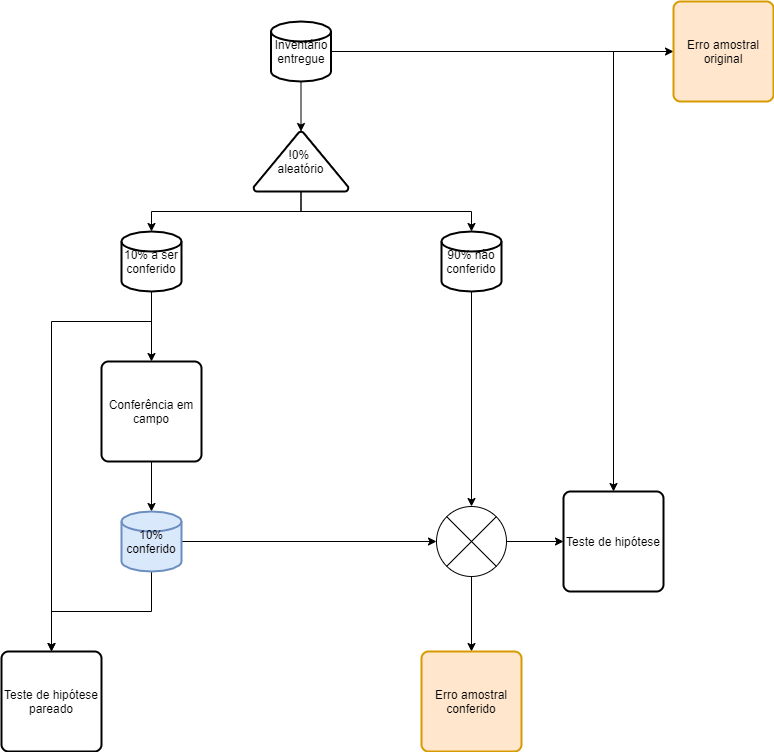
This is conferenciaInventario/img/fluxograma.png from Gorgens/optimFor, a draw.io export, as it was before one commit. Source tidied: cells renumbered, new cells last; positions are measured from the earlier drawing's top-left corner, leaving out a move shared by most shapes. Its diagram source:
```xml
<mxGraphModel>
  <root>
    <mxCell id="0" />
    <mxCell id="1" parent="0" />
    <mxCell id="2" style="edgeStyle=orthogonalEdgeStyle;rounded=0;jettySize=auto;html=1;exitX=0.5;exitY=1;exitDx=0;exitDy=0;exitPerimeter=0;entryX=0.5;entryY=0;entryDx=0;entryDy=0;entryPerimeter=0;" parent="1" edge="1" source="4" target="16">
      <mxGeometry relative="1" as="geometry" />
    </mxCell>
    <mxCell id="3" style="edgeStyle=orthogonalEdgeStyle;rounded=0;jettySize=auto;html=1;exitX=0.5;exitY=1;exitDx=0;exitDy=0;exitPerimeter=0;entryX=0.5;entryY=0;entryDx=0;entryDy=0;entryPerimeter=0;" parent="1" edge="1" source="4" target="18">
      <mxGeometry relative="1" as="geometry">
        <Array as="points">
          <mxPoint x="300" y="210" />
          <mxPoint x="470" y="210" />
        </Array>
      </mxGeometry>
    </mxCell>
    <mxCell id="4" value="!0% &lt;br&gt;aleatório" style="strokeWidth=2;html=1;shape=mxgraph.flowchart.extract_or_measurement;whiteSpace=wrap;" parent="1" vertex="1">
      <mxGeometry x="252" y="130" width="95" height="60" as="geometry" />
    </mxCell>
    <mxCell id="5" style="edgeStyle=orthogonalEdgeStyle;rounded=0;jettySize=auto;html=1;exitX=0.5;exitY=1;exitDx=0;exitDy=0;entryX=0.5;entryY=0;entryDx=0;entryDy=0;entryPerimeter=0;" parent="1" edge="1" source="6" target="9">
      <mxGeometry relative="1" as="geometry" />
    </mxCell>
    <mxCell id="6" value="Conferência em campo" style="rounded=1;whiteSpace=wrap;html=1;absoluteArcSize=1;arcSize=14;strokeWidth=2;" parent="1" vertex="1">
      <mxGeometry x="100" y="360" width="100" height="100" as="geometry" />
    </mxCell>
    <mxCell id="7" style="edgeStyle=orthogonalEdgeStyle;rounded=0;jettySize=auto;html=1;exitX=0.5;exitY=1;exitDx=0;exitDy=0;exitPerimeter=0;entryX=0.5;entryY=0;entryDx=0;entryDy=0;" parent="1" edge="1" source="9" target="19">
      <mxGeometry relative="1" as="geometry" />
    </mxCell>
    <mxCell id="8" style="edgeStyle=orthogonalEdgeStyle;rounded=0;jettySize=auto;html=1;exitX=1;exitY=0.5;exitDx=0;exitDy=0;exitPerimeter=0;entryX=0;entryY=0.5;entryDx=0;entryDy=0;entryPerimeter=0;" parent="1" edge="1" source="9" target="23">
      <mxGeometry relative="1" as="geometry" />
    </mxCell>
    <mxCell id="9" value="10% conferido" style="strokeWidth=2;html=1;shape=mxgraph.flowchart.database;whiteSpace=wrap;fillColor=#dae8fc;strokeColor=#6c8ebf;" parent="1" vertex="1">
      <mxGeometry x="120" y="510" width="60" height="60" as="geometry" />
    </mxCell>
    <mxCell id="10" style="edgeStyle=orthogonalEdgeStyle;rounded=0;jettySize=auto;html=1;exitX=0.5;exitY=1;exitDx=0;exitDy=0;exitPerimeter=0;entryX=0.5;entryY=0;entryDx=0;entryDy=0;entryPerimeter=0;" parent="1" edge="1" source="13" target="4">
      <mxGeometry relative="1" as="geometry" />
    </mxCell>
    <mxCell id="11" style="edgeStyle=orthogonalEdgeStyle;rounded=0;jettySize=auto;html=1;exitX=1;exitY=0.5;exitDx=0;exitDy=0;exitPerimeter=0;entryX=0;entryY=0.5;entryDx=0;entryDy=0;" parent="1" edge="1" source="13" target="20">
      <mxGeometry relative="1" as="geometry" />
    </mxCell>
    <mxCell id="12" style="edgeStyle=orthogonalEdgeStyle;rounded=0;jettySize=auto;html=1;exitX=1;exitY=0.5;exitDx=0;exitDy=0;exitPerimeter=0;entryX=0.5;entryY=0;entryDx=0;entryDy=0;" parent="1" edge="1" source="13" target="25">
      <mxGeometry relative="1" as="geometry" />
    </mxCell>
    <mxCell id="13" value="Inventário&lt;br&gt;entregue" style="strokeWidth=2;html=1;shape=mxgraph.flowchart.database;whiteSpace=wrap;" parent="1" vertex="1">
      <mxGeometry x="269.5" y="20" width="60" height="60" as="geometry" />
    </mxCell>
    <mxCell id="14" style="edgeStyle=orthogonalEdgeStyle;rounded=0;jettySize=auto;html=1;exitX=0.5;exitY=1;exitDx=0;exitDy=0;exitPerimeter=0;entryX=0.5;entryY=0;entryDx=0;entryDy=0;" parent="1" edge="1" source="16" target="6">
      <mxGeometry relative="1" as="geometry" />
    </mxCell>
    <mxCell id="15" style="edgeStyle=orthogonalEdgeStyle;rounded=0;jettySize=auto;html=1;exitX=0.5;exitY=1;exitDx=0;exitDy=0;exitPerimeter=0;entryX=0.5;entryY=0;entryDx=0;entryDy=0;" parent="1" edge="1" source="16" target="19">
      <mxGeometry relative="1" as="geometry">
        <Array as="points">
          <mxPoint x="150" y="320" />
          <mxPoint x="50" y="320" />
        </Array>
      </mxGeometry>
    </mxCell>
    <mxCell id="16" value="10% a ser conferido" style="strokeWidth=2;html=1;shape=mxgraph.flowchart.database;whiteSpace=wrap;verticalAlign=middle;" parent="1" vertex="1">
      <mxGeometry x="120" y="230" width="60" height="60" as="geometry" />
    </mxCell>
    <mxCell id="17" style="edgeStyle=orthogonalEdgeStyle;rounded=0;jettySize=auto;html=1;exitX=0.5;exitY=1;exitDx=0;exitDy=0;exitPerimeter=0;entryX=0.5;entryY=0;entryDx=0;entryDy=0;entryPerimeter=0;" parent="1" edge="1" source="18" target="23">
      <mxGeometry relative="1" as="geometry" />
    </mxCell>
    <mxCell id="18" value="90% não conferido" style="strokeWidth=2;html=1;shape=mxgraph.flowchart.database;whiteSpace=wrap;" parent="1" vertex="1">
      <mxGeometry x="440" y="230" width="60" height="60" as="geometry" />
    </mxCell>
    <mxCell id="19" value="Teste de hipótese pareado" style="rounded=1;whiteSpace=wrap;html=1;absoluteArcSize=1;arcSize=14;strokeWidth=2;" parent="1" vertex="1">
      <mxGeometry y="650" width="100" height="100" as="geometry" />
    </mxCell>
    <mxCell id="20" value="Erro amostral original" style="rounded=1;whiteSpace=wrap;html=1;absoluteArcSize=1;arcSize=14;strokeWidth=2;fillColor=#ffe6cc;strokeColor=#d79b00;" parent="1" vertex="1">
      <mxGeometry x="672" width="100" height="100" as="geometry" />
    </mxCell>
    <mxCell id="21" style="edgeStyle=orthogonalEdgeStyle;rounded=0;jettySize=auto;html=1;exitX=0.5;exitY=1;exitDx=0;exitDy=0;exitPerimeter=0;entryX=0.5;entryY=0;entryDx=0;entryDy=0;" parent="1" edge="1" source="23" target="24">
      <mxGeometry relative="1" as="geometry" />
    </mxCell>
    <mxCell id="22" style="edgeStyle=orthogonalEdgeStyle;rounded=0;jettySize=auto;html=1;exitX=1;exitY=0.5;exitDx=0;exitDy=0;exitPerimeter=0;entryX=0;entryY=0.5;entryDx=0;entryDy=0;" parent="1" edge="1" source="23" target="25">
      <mxGeometry relative="1" as="geometry" />
    </mxCell>
    <mxCell id="23" style="verticalLabelPosition=bottom;verticalAlign=top;html=1;shape=mxgraph.flowchart.or;" parent="1" vertex="1">
      <mxGeometry x="435" y="505" width="70" height="70" as="geometry" />
    </mxCell>
    <mxCell id="24" value="Erro amostral conferido" style="rounded=1;whiteSpace=wrap;html=1;absoluteArcSize=1;arcSize=14;strokeWidth=2;fillColor=#ffe6cc;strokeColor=#d79b00;" parent="1" vertex="1">
      <mxGeometry x="420" y="650" width="100" height="100" as="geometry" />
    </mxCell>
    <mxCell id="25" value="Teste de hipótese" style="rounded=1;whiteSpace=wrap;html=1;absoluteArcSize=1;arcSize=14;strokeWidth=2;" parent="1" vertex="1">
      <mxGeometry x="562" y="490" width="100" height="100" as="geometry" />
    </mxCell>
  </root>
</mxGraphModel>
```
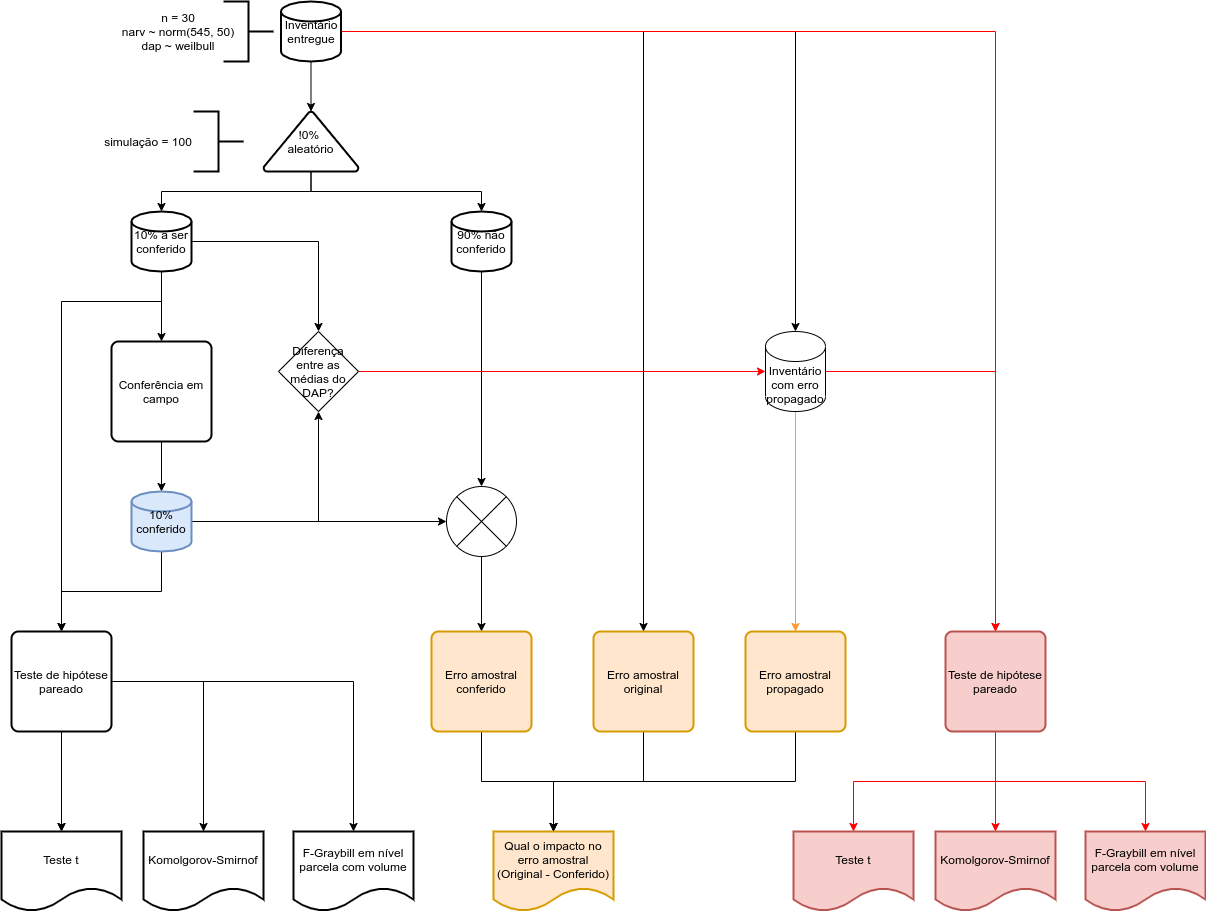
Above is the later version.

Commit message:
update marcio contributions

Diff of the diagram source:
```diff
@@ -28,18 +28,24 @@
     <mxCell id="8" style="edgeStyle=orthogonalEdgeStyle;rounded=0;jettySize=auto;html=1;exitX=1;exitY=0.5;exitDx=0;exitDy=0;exitPerimeter=0;entryX=0;entryY=0.5;entryDx=0;entryDy=0;entryPerimeter=0;" parent="1" edge="1" source="9" target="23">
       <mxGeometry relative="1" as="geometry" />
     </mxCell>
+    <mxCell id="26" style="edgeStyle=orthogonalEdgeStyle;rounded=0;jettySize=auto;html=1;exitX=1;exitY=0.5;exitDx=0;exitDy=0;exitPerimeter=0;entryX=0.5;entryY=1;entryDx=0;entryDy=0;" parent="1" edge="1" source="9" target="41">
+      <mxGeometry relative="1" as="geometry" />
+    </mxCell>
     <mxCell id="9" value="10% conferido" style="strokeWidth=2;html=1;shape=mxgraph.flowchart.database;whiteSpace=wrap;fillColor=#dae8fc;strokeColor=#6c8ebf;" parent="1" vertex="1">
       <mxGeometry x="120" y="510" width="60" height="60" as="geometry" />
     </mxCell>
     <mxCell id="10" style="edgeStyle=orthogonalEdgeStyle;rounded=0;jettySize=auto;html=1;exitX=0.5;exitY=1;exitDx=0;exitDy=0;exitPerimeter=0;entryX=0.5;entryY=0;entryDx=0;entryDy=0;entryPerimeter=0;" parent="1" edge="1" source="13" target="4">
       <mxGeometry relative="1" as="geometry" />
     </mxCell>
-    <mxCell id="11" style="edgeStyle=orthogonalEdgeStyle;rounded=0;jettySize=auto;html=1;exitX=1;exitY=0.5;exitDx=0;exitDy=0;exitPerimeter=0;entryX=0;entryY=0.5;entryDx=0;entryDy=0;" parent="1" edge="1" source="13" target="20">
+    <mxCell id="11" style="edgeStyle=orthogonalEdgeStyle;rounded=0;jettySize=auto;html=1;exitX=1;exitY=0.5;exitDx=0;exitDy=0;exitPerimeter=0;entryX=0.5;entryY=0;entryDx=0;entryDy=0;" parent="1" edge="1" source="13" target="20">
       <mxGeometry relative="1" as="geometry" />
     </mxCell>
-    <mxCell id="12" style="edgeStyle=orthogonalEdgeStyle;rounded=0;jettySize=auto;html=1;exitX=1;exitY=0.5;exitDx=0;exitDy=0;exitPerimeter=0;entryX=0.5;entryY=0;entryDx=0;entryDy=0;" parent="1" edge="1" source="13" target="25">
-      <mxGeometry relative="1" as="geometry" />
-    </mxCell>
+    <mxCell id="27" style="edgeStyle=orthogonalEdgeStyle;rounded=0;jettySize=auto;html=1;exitX=1;exitY=0.5;exitDx=0;exitDy=0;exitPerimeter=0;entryX=0.5;entryY=0;entryDx=0;entryDy=0;entryPerimeter=0;strokeColor=#000000;" parent="1" edge="1" source="13" target="47">
+      <mxGeometry relative="1" as="geometry" />
+    </mxCell>
+    <mxCell id="28" style="edgeStyle=orthogonalEdgeStyle;rounded=0;jettySize=auto;html=1;exitX=1;exitY=0.5;exitDx=0;exitDy=0;exitPerimeter=0;entryX=0.5;entryY=0;entryDx=0;entryDy=0;strokeColor=#FF0000;" parent="1" edge="1" source="13" target="51">
+      <mxGeometry relative="1" as="geometry" />
+    </mxCell>
     <mxCell id="13" value="Inventário&lt;br&gt;entregue" style="strokeWidth=2;html=1;shape=mxgraph.flowchart.database;whiteSpace=wrap;" parent="1" vertex="1">
       <mxGeometry x="269.5" y="20" width="60" height="60" as="geometry" />
     </mxCell>
@@ -54,6 +60,9 @@
         </Array>
       </mxGeometry>
     </mxCell>
+    <mxCell id="29" style="edgeStyle=orthogonalEdgeStyle;rounded=0;jettySize=auto;html=1;exitX=1;exitY=0.5;exitDx=0;exitDy=0;exitPerimeter=0;" parent="1" edge="1" source="16" target="41">
+      <mxGeometry relative="1" as="geometry" />
+    </mxCell>
     <mxCell id="16" value="10% a ser conferido" style="strokeWidth=2;html=1;shape=mxgraph.flowchart.database;whiteSpace=wrap;verticalAlign=middle;" parent="1" vertex="1">
       <mxGeometry x="120" y="230" width="60" height="60" as="geometry" />
     </mxCell>
@@ -63,26 +72,104 @@
     <mxCell id="18" value="90% não conferido" style="strokeWidth=2;html=1;shape=mxgraph.flowchart.database;whiteSpace=wrap;" parent="1" vertex="1">
       <mxGeometry x="440" y="230" width="60" height="60" as="geometry" />
     </mxCell>
+    <mxCell id="30" style="edgeStyle=orthogonalEdgeStyle;rounded=0;jettySize=auto;html=1;" parent="1" edge="1" source="19" target="36">
+      <mxGeometry relative="1" as="geometry" />
+    </mxCell>
+    <mxCell id="31" style="edgeStyle=orthogonalEdgeStyle;rounded=0;jettySize=auto;html=1;" parent="1" edge="1" source="19" target="36">
+      <mxGeometry relative="1" as="geometry" />
+    </mxCell>
+    <mxCell id="32" style="edgeStyle=orthogonalEdgeStyle;rounded=0;jettySize=auto;html=1;" parent="1" edge="1" source="19" target="37">
+      <mxGeometry relative="1" as="geometry" />
+    </mxCell>
+    <mxCell id="33" style="edgeStyle=orthogonalEdgeStyle;rounded=0;jettySize=auto;html=1;exitX=1;exitY=0.5;exitDx=0;exitDy=0;entryX=0.5;entryY=0;entryDx=0;entryDy=0;" parent="1" edge="1" source="19" target="38">
+      <mxGeometry relative="1" as="geometry" />
+    </mxCell>
     <mxCell id="19" value="Teste de hipótese pareado" style="rounded=1;whiteSpace=wrap;html=1;absoluteArcSize=1;arcSize=14;strokeWidth=2;" parent="1" vertex="1">
       <mxGeometry y="650" width="100" height="100" as="geometry" />
     </mxCell>
+    <mxCell id="34" style="edgeStyle=orthogonalEdgeStyle;rounded=0;jettySize=auto;html=1;exitX=0.5;exitY=1;exitDx=0;exitDy=0;entryX=0.5;entryY=0;entryDx=0;entryDy=0;strokeColor=#000000;fillColor=#FF0000;" parent="1" edge="1" source="20" target="39">
+      <mxGeometry relative="1" as="geometry" />
+    </mxCell>
     <mxCell id="20" value="Erro amostral original" style="rounded=1;whiteSpace=wrap;html=1;absoluteArcSize=1;arcSize=14;strokeWidth=2;fillColor=#ffe6cc;strokeColor=#d79b00;" parent="1" vertex="1">
-      <mxGeometry x="672" width="100" height="100" as="geometry" />
+      <mxGeometry x="582" y="650" width="100" height="100" as="geometry" />
     </mxCell>
     <mxCell id="21" style="edgeStyle=orthogonalEdgeStyle;rounded=0;jettySize=auto;html=1;exitX=0.5;exitY=1;exitDx=0;exitDy=0;exitPerimeter=0;entryX=0.5;entryY=0;entryDx=0;entryDy=0;" parent="1" edge="1" source="23" target="24">
       <mxGeometry relative="1" as="geometry" />
     </mxCell>
-    <mxCell id="22" style="edgeStyle=orthogonalEdgeStyle;rounded=0;jettySize=auto;html=1;exitX=1;exitY=0.5;exitDx=0;exitDy=0;exitPerimeter=0;entryX=0;entryY=0.5;entryDx=0;entryDy=0;" parent="1" edge="1" source="23" target="25">
-      <mxGeometry relative="1" as="geometry" />
-    </mxCell>
     <mxCell id="23" style="verticalLabelPosition=bottom;verticalAlign=top;html=1;shape=mxgraph.flowchart.or;" parent="1" vertex="1">
       <mxGeometry x="435" y="505" width="70" height="70" as="geometry" />
     </mxCell>
+    <mxCell id="35" style="edgeStyle=orthogonalEdgeStyle;rounded=0;jettySize=auto;html=1;" parent="1" edge="1" source="24" target="39">
+      <mxGeometry relative="1" as="geometry" />
+    </mxCell>
     <mxCell id="24" value="Erro amostral conferido" style="rounded=1;whiteSpace=wrap;html=1;absoluteArcSize=1;arcSize=14;strokeWidth=2;fillColor=#ffe6cc;strokeColor=#d79b00;" parent="1" vertex="1">
       <mxGeometry x="420" y="650" width="100" height="100" as="geometry" />
     </mxCell>
-    <mxCell id="25" value="Teste de hipótese" style="rounded=1;whiteSpace=wrap;html=1;absoluteArcSize=1;arcSize=14;strokeWidth=2;" parent="1" vertex="1">
-      <mxGeometry x="562" y="490" width="100" height="100" as="geometry" />
-    </mxCell>
+    <mxCell id="36" value="Teste t" style="shape=document;whiteSpace=wrap;html=1;boundedLbl=1;rounded=1;strokeWidth=2;arcSize=14;" parent="1" vertex="1">
+      <mxGeometry x="-10" y="850" width="120" height="80" as="geometry" />
+    </mxCell>
+    <mxCell id="37" value="Komolgorov-Smirnof" style="shape=document;whiteSpace=wrap;html=1;boundedLbl=1;rounded=1;strokeWidth=2;arcSize=14;" parent="1" vertex="1">
+      <mxGeometry x="132" y="850" width="120" height="80" as="geometry" />
+    </mxCell>
+    <mxCell id="38" value="F-Graybill em nível parcela com volume" style="shape=document;whiteSpace=wrap;html=1;boundedLbl=1;rounded=1;strokeWidth=2;arcSize=14;" parent="1" vertex="1">
+      <mxGeometry x="282" y="850" width="120" height="80" as="geometry" />
+    </mxCell>
+    <mxCell id="39" value="Qual o impacto no erro amostral (Original - Conferido)" style="shape=document;whiteSpace=wrap;html=1;boundedLbl=1;rounded=1;strokeColor=#d79b00;strokeWidth=2;fillColor=#ffe6cc;arcSize=14;" parent="1" vertex="1">
+      <mxGeometry x="482" y="850" width="120" height="80" as="geometry" />
+    </mxCell>
+    <mxCell id="40" style="edgeStyle=orthogonalEdgeStyle;rounded=0;jettySize=auto;html=1;exitX=1;exitY=0.5;exitDx=0;exitDy=0;fillColor=#FF0000;strokeColor=#FF0000;" parent="1" edge="1" source="41" target="47">
+      <mxGeometry relative="1" as="geometry" />
+    </mxCell>
+    <mxCell id="41" value="Diferença entre as médias do DAP?" style="rhombus;whiteSpace=wrap;html=1;" parent="1" vertex="1">
+      <mxGeometry x="267" y="350" width="80" height="80" as="geometry" />
+    </mxCell>
+    <mxCell id="42" value="Teste t" style="shape=document;whiteSpace=wrap;html=1;boundedLbl=1;rounded=1;strokeWidth=2;arcSize=14;fillColor=#f8cecc;strokeColor=#b85450;" parent="1" vertex="1">
+      <mxGeometry x="782" y="850" width="120" height="80" as="geometry" />
+    </mxCell>
+    <mxCell id="43" value="Komolgorov-Smirnof" style="shape=document;whiteSpace=wrap;html=1;boundedLbl=1;rounded=1;strokeWidth=2;arcSize=14;fillColor=#f8cecc;strokeColor=#b85450;" parent="1" vertex="1">
+      <mxGeometry x="924" y="850" width="120" height="80" as="geometry" />
+    </mxCell>
+    <mxCell id="44" value="F-Graybill em nível parcela com volume" style="shape=document;whiteSpace=wrap;html=1;boundedLbl=1;rounded=1;strokeWidth=2;arcSize=14;fillColor=#f8cecc;strokeColor=#b85450;" parent="1" vertex="1">
+      <mxGeometry x="1074" y="850" width="120" height="80" as="geometry" />
+    </mxCell>
+    <mxCell id="45" style="edgeStyle=orthogonalEdgeStyle;rounded=0;jettySize=auto;html=1;exitX=0.5;exitY=1;exitDx=0;exitDy=0;exitPerimeter=0;entryX=0.5;entryY=0;entryDx=0;entryDy=0;strokeColor=#FF9933;" parent="1" edge="1" source="47" target="53">
+      <mxGeometry relative="1" as="geometry" />
+    </mxCell>
+    <mxCell id="46" style="edgeStyle=orthogonalEdgeStyle;rounded=0;jettySize=auto;html=1;exitX=1;exitY=0.5;exitDx=0;exitDy=0;exitPerimeter=0;entryX=0.5;entryY=0;entryDx=0;entryDy=0;strokeColor=#FF0000;" parent="1" edge="1" source="47" target="51">
+      <mxGeometry relative="1" as="geometry" />
+    </mxCell>
+    <mxCell id="47" value="Inventário com erro propagado" style="shape=cylinder3;whiteSpace=wrap;html=1;boundedLbl=1;backgroundOutline=1;size=15;" parent="1" vertex="1">
+      <mxGeometry x="754" y="350" width="60" height="80" as="geometry" />
+    </mxCell>
+    <mxCell id="48" style="edgeStyle=orthogonalEdgeStyle;rounded=0;jettySize=auto;html=1;exitX=0.5;exitY=1;exitDx=0;exitDy=0;entryX=0.5;entryY=0;entryDx=0;entryDy=0;strokeColor=#FF0000;" parent="1" edge="1" source="51" target="42">
+      <mxGeometry relative="1" as="geometry" />
+    </mxCell>
+    <mxCell id="49" style="edgeStyle=orthogonalEdgeStyle;rounded=0;jettySize=auto;html=1;exitX=0.5;exitY=1;exitDx=0;exitDy=0;entryX=0.5;entryY=0;entryDx=0;entryDy=0;strokeColor=#FF0000;" parent="1" edge="1" source="51" target="43">
+      <mxGeometry relative="1" as="geometry" />
+    </mxCell>
+    <mxCell id="50" style="edgeStyle=orthogonalEdgeStyle;rounded=0;jettySize=auto;html=1;exitX=0.5;exitY=1;exitDx=0;exitDy=0;entryX=0.5;entryY=0;entryDx=0;entryDy=0;strokeColor=#FF0000;" parent="1" edge="1" source="51" target="44">
+      <mxGeometry relative="1" as="geometry" />
+    </mxCell>
+    <mxCell id="51" value="Teste de hipótese pareado" style="rounded=1;whiteSpace=wrap;html=1;absoluteArcSize=1;arcSize=14;strokeWidth=2;fillColor=#f8cecc;strokeColor=#b85450;" parent="1" vertex="1">
+      <mxGeometry x="934" y="650" width="100" height="100" as="geometry" />
+    </mxCell>
+    <mxCell id="52" style="edgeStyle=orthogonalEdgeStyle;rounded=0;jettySize=auto;html=1;exitX=0.5;exitY=1;exitDx=0;exitDy=0;strokeColor=#000000;fillColor=#FF0000;" parent="1" edge="1" source="53" target="39">
+      <mxGeometry relative="1" as="geometry" />
+    </mxCell>
+    <mxCell id="53" value="Erro amostral propagado" style="rounded=1;whiteSpace=wrap;html=1;absoluteArcSize=1;arcSize=14;strokeWidth=2;fillColor=#ffe6cc;strokeColor=#d79b00;" parent="1" vertex="1">
+      <mxGeometry x="734" y="650" width="100" height="100" as="geometry" />
+    </mxCell>
+    <mxCell id="54" style="strokeWidth=2;html=1;shape=mxgraph.flowchart.annotation_2;align=left;labelPosition=right;rotation=-180;" parent="1" vertex="1">
+      <mxGeometry x="212" y="20" width="50" height="60" as="geometry" />
+    </mxCell>
+    <mxCell id="55" value="n = 30&lt;br&gt;narv ~ norm(545, 50)&lt;br&gt;dap ~ weilbull" style="text;html=1;strokeColor=none;fillColor=none;align=center;verticalAlign=middle;whiteSpace=wrap;rounded=0;" parent="1" vertex="1">
+      <mxGeometry x="72" y="40" width="190" height="20" as="geometry" />
+    </mxCell>
+    <mxCell id="56" style="strokeWidth=2;html=1;shape=mxgraph.flowchart.annotation_2;align=left;labelPosition=right;rotation=-180;" parent="1" vertex="1">
+      <mxGeometry x="182" y="130" width="50" height="60" as="geometry" />
+    </mxCell>
+    <mxCell id="57" value="simulação = 100" style="text;html=1;strokeColor=none;fillColor=none;align=center;verticalAlign=middle;whiteSpace=wrap;rounded=0;" parent="1" vertex="1">
+      <mxGeometry x="42" y="150" width="190" height="20" as="geometry" />
+    </mxCell>
   </root>
 </mxGraphModel>
```
